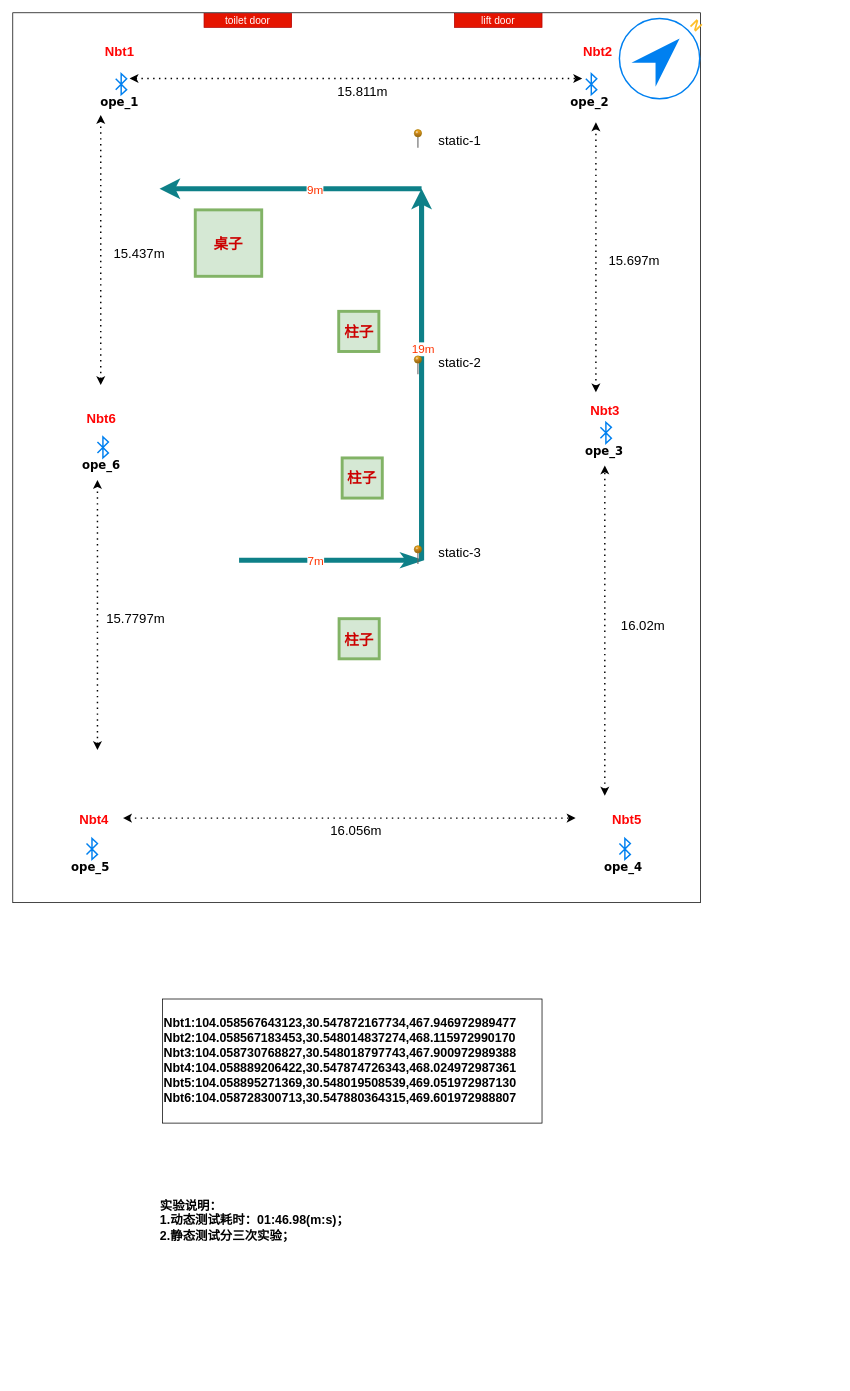
Above: page "ope环境和测试轨迹" (5 of 5) of TotalStation/位置信息标注.drawio in Joiner12/Position (draw.io), before the change. Source tidied: cells renumbered, new cells numbered last; positions are measured from the earlier drawing's top-left corner, leaving out a move shared by most shapes. Both pictures are drawn from the tidied source at 73%, with x=0, y=0 at pixel (12, 12).
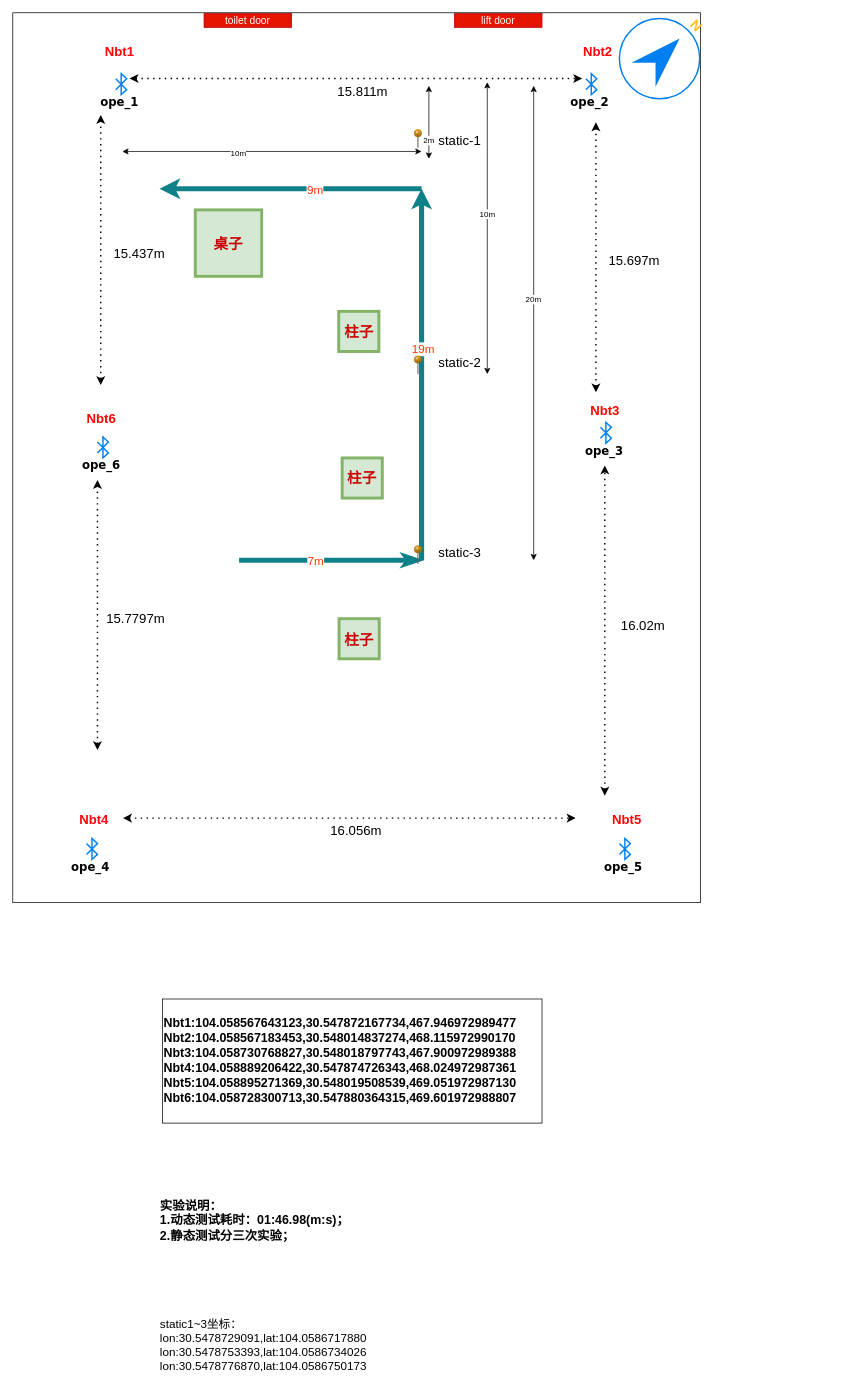
The same page after the edit.

Unchanged cells that the change refers to:
```xml
<mxCell id="3" style="group;" parent="1" vertex="1">
  <mxGeometry x="113" y="69" width="1017" height="1150" as="geometry" />
</mxCell>
<mxCell id="4" style="group;" parent="3" vertex="1">
  <mxGeometry x="-112" y="-69" width="942" height="1219" as="geometry" />
</mxCell>
<mxCell id="7" style="group;" parent="4" vertex="1">
  <mxGeometry x="760" y="1131" width="170" height="48.8" as="geometry" />
</mxCell>
<mxCell id="26" style="group;" parent="4" vertex="1">
  <mxGeometry x="30" y="1131" width="170" height="48.8" as="geometry" />
</mxCell>
```

Change to the diagram source:
```diff
@@
-    <mxCell id="10" value="ope_4" style="text;html=1;align=center;verticalAlign=middle;fontSize=16;fontStyle=1;fontFamily=Verdana;" parent="7" vertex="1">
+    <mxCell id="10" value="ope_5" style="text;html=1;align=center;verticalAlign=middle;fontSize=16;fontStyle=1;fontFamily=Verdana;" parent="7" vertex="1">
       <mxGeometry x="40" y="28.8" width="70" height="20" as="geometry" />
     </mxCell>
@@
-    <mxCell id="29" value="ope_5" style="text;html=1;align=center;verticalAlign=middle;fontSize=16;fontStyle=1;fontFamily=Verdana;" parent="26" vertex="1">
+    <mxCell id="29" value="ope_4" style="text;html=1;align=center;verticalAlign=middle;fontSize=16;fontStyle=1;fontFamily=Verdana;" parent="26" vertex="1">
       <mxGeometry x="40" y="28.8" width="70" height="20" as="geometry" />
     </mxCell>
@@
+    <mxCell id="69" style="endArrow=classic;startArrow=classic;html=1;" parent="4" edge="1">
+      <mxGeometry relative="1" as="geometry">
+        <mxPoint x="712.6" y="750" as="sourcePoint" />
+        <mxPoint x="712.6" y="100" as="targetPoint" />
+      </mxGeometry>
+    </mxCell>
+    <mxCell id="70" value="20m" style="edgeLabel;html=1;align=center;verticalAlign=middle;" parent="69" vertex="1">
+      <mxGeometry x="0.1" y="1" relative="1" as="geometry" />
+    </mxCell>
+    <mxCell id="71" style="endArrow=classic;startArrow=classic;html=1;" parent="3" edge="1">
+      <mxGeometry relative="1" as="geometry">
+        <mxPoint x="457" y="131" as="sourcePoint" />
+        <mxPoint x="457" y="31" as="targetPoint" />
+      </mxGeometry>
+    </mxCell>
+    <mxCell id="72" value="2m" style="edgeLabel;html=1;align=center;verticalAlign=middle;" parent="71" vertex="1">
+      <mxGeometry x="-0.48" y="1" relative="1" as="geometry" />
+    </mxCell>
@@
+    <mxCell id="73" style="endArrow=classic;startArrow=classic;html=1;" parent="1" edge="1">
+      <mxGeometry relative="1" as="geometry">
+        <mxPoint x="150" y="190" as="sourcePoint" />
+        <mxPoint x="560" y="190" as="targetPoint" />
+      </mxGeometry>
+    </mxCell>
+    <mxCell id="74" value="10m" style="edgeLabel;html=1;align=center;verticalAlign=middle;" parent="73" vertex="1">
+      <mxGeometry x="-0.23" y="-2" relative="1" as="geometry" />
+    </mxCell>
+    <mxCell id="75" style="endArrow=classic;startArrow=classic;html=1;" parent="1" edge="1">
+      <mxGeometry relative="1" as="geometry">
+        <mxPoint x="650" y="495" as="sourcePoint" />
+        <mxPoint x="650" y="95" as="targetPoint" />
+      </mxGeometry>
+    </mxCell>
+    <mxCell id="76" value="10m" style="edgeLabel;html=1;align=center;verticalAlign=middle;" parent="75" vertex="1">
+      <mxGeometry x="0.1" y="1" relative="1" as="geometry" />
+    </mxCell>
+    <mxCell id="77" value="&lt;font style=&quot;font-size: 16px&quot;&gt;static1~3坐标：&lt;br&gt;lon:30.5478729091,lat:104.0586717880&lt;br&gt;lon:30.5478753393,lat:104.0586734026&lt;br&gt;lon:30.5478776870,lat:104.0586750173&lt;/font&gt;" style="text;whiteSpace=wrap;html=1;" parent="1" vertex="1">
+      <mxGeometry x="200" y="1780" width="300" height="90" as="geometry" />
+    </mxCell>
```
